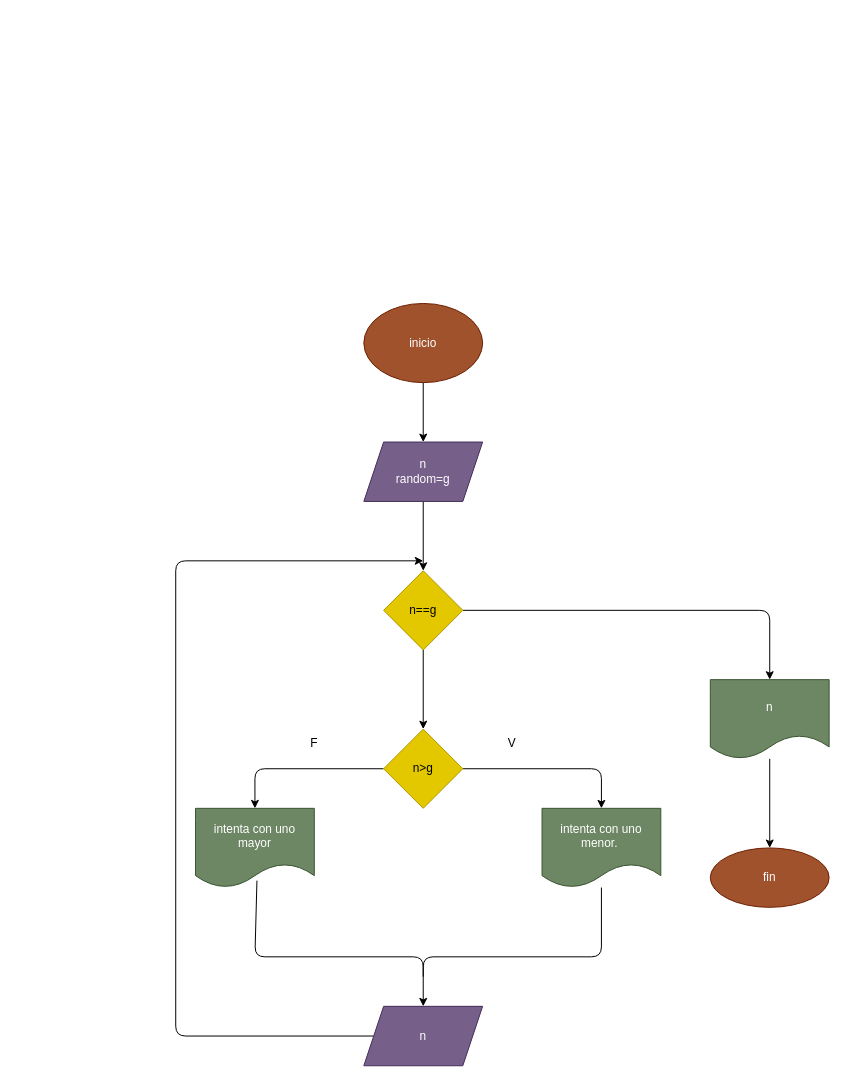
The draw.io diagram diagrama.drawio in olarte18/adivinar_numero, before the edit. Source tidied: cells renumbered, new cells numbered last; positions are measured from the earlier drawing's top-left corner, leaving out a move shared by most shapes. Both pictures are drawn from the tidied source at 99%, with x=0, y=0 at pixel (175, 303).
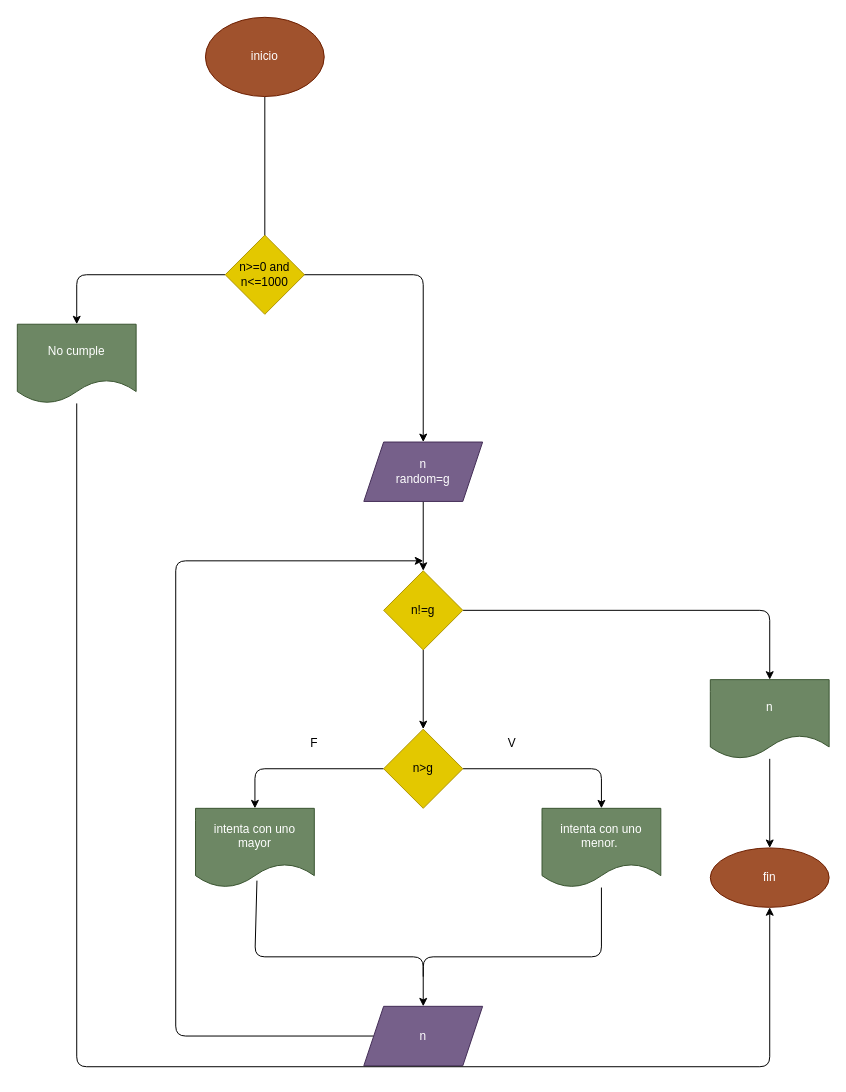
The same diagram, later.

Commit message (it also covers changes not shown here):
codigo y correccion diagrama

Unchanged cells that the change refers to:
```xml
<mxCell id="5" value="n&lt;br&gt;random=g" style="shape=parallelogram;perimeter=parallelogramPerimeter;whiteSpace=wrap;html=1;fixedSize=1;fillColor=#76608a;fontColor=#ffffff;strokeColor=#432D57;" parent="1" vertex="1">
  <mxGeometry x="190" y="140" width="120" height="60" as="geometry" />
</mxCell>
<mxCell id="22" value="fin" style="ellipse;whiteSpace=wrap;html=1;fillColor=#a0522d;fontColor=#ffffff;strokeColor=#6D1F00;" parent="1" vertex="1">
  <mxGeometry x="540" y="550" width="120" height="60" as="geometry" />
</mxCell>
```

Change to the diagram source:
```diff
@@
     <mxCell id="2" style="edgeStyle=none;html=1;" parent="1" edge="1" source="3" target="5">
-      <mxGeometry relative="1" as="geometry" />
+      <mxGeometry relative="1" as="geometry">
+        <Array as="points">
+          <mxPoint x="90" y="-29" />
+          <mxPoint x="250" y="-29" />
+        </Array>
+      </mxGeometry>
     </mxCell>
     <mxCell id="3" value="inicio" style="ellipse;whiteSpace=wrap;html=1;fillColor=#a0522d;fontColor=#ffffff;strokeColor=#6D1F00;" parent="1" vertex="1">
-      <mxGeometry x="190" width="120" height="80" as="geometry" />
+      <mxGeometry x="30" y="-289" width="120" height="80" as="geometry" />
     </mxCell>
@@
-    <mxCell id="8" value="n==g" style="rhombus;whiteSpace=wrap;html=1;fillColor=#e3c800;fontColor=#000000;strokeColor=#B09500;" parent="1" vertex="1">
+    <mxCell id="8" value="n!=g" style="rhombus;whiteSpace=wrap;html=1;fillColor=#e3c800;fontColor=#000000;strokeColor=#B09500;" parent="1" vertex="1">
       <mxGeometry x="210" y="270" width="80" height="80" as="geometry" />
     </mxCell>
@@
+    <mxCell id="23" style="edgeStyle=none;html=1;exitX=0;exitY=0.5;exitDx=0;exitDy=0;" parent="1" edge="1" source="24" target="26">
+      <mxGeometry relative="1" as="geometry">
+        <Array as="points">
+          <mxPoint x="-100" y="-29" />
+        </Array>
+      </mxGeometry>
+    </mxCell>
+    <mxCell id="24" value="n&amp;gt;=0 and n&amp;lt;=1000" style="rhombus;whiteSpace=wrap;html=1;fillColor=#e3c800;fontColor=#000000;strokeColor=#B09500;" parent="1" vertex="1">
+      <mxGeometry x="50" y="-69" width="80" height="80" as="geometry" />
+    </mxCell>
+    <mxCell id="25" style="edgeStyle=none;html=1;entryX=0.5;entryY=1;entryDx=0;entryDy=0;" parent="1" edge="1" source="26" target="22">
+      <mxGeometry relative="1" as="geometry">
+        <Array as="points">
+          <mxPoint x="-100" y="771" />
+          <mxPoint x="600" y="771" />
+        </Array>
+      </mxGeometry>
+    </mxCell>
+    <mxCell id="26" value="No cumple" style="shape=document;whiteSpace=wrap;html=1;boundedLbl=1;fillColor=#6d8764;fontColor=#ffffff;strokeColor=#3A5431;" parent="1" vertex="1">
+      <mxGeometry x="-160" y="21" width="120" height="80" as="geometry" />
+    </mxCell>
```
